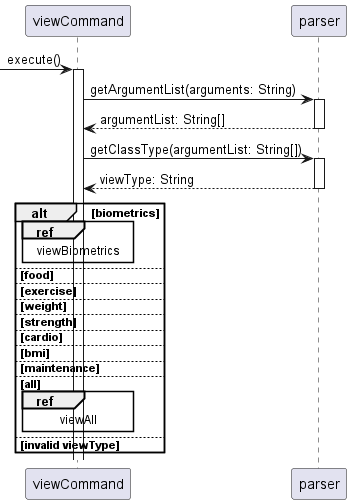
Above: docs/UmlDiagrams/View.png in nus-cs2113-AY2223S1/tp (PlantUML), before the change.
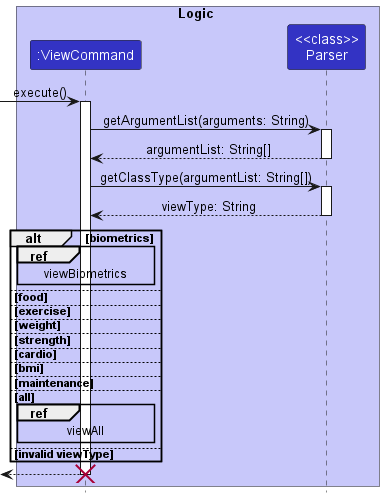
The same file after the commit.

Change to the diagram source:
```diff
@@ -1,7 +1,12 @@
 @startuml
+!include style.puml
 
-autoactivate on
+autoActivate on
 
+box Logic LOGIC_COLOR_T1
+participant ":ViewCommand" as viewCommand LOGIC_COLOR
+participant "<<class>>\nParser" as parser LOGIC_COLOR
+end box
 
 -> viewCommand: execute()
 viewCommand -> parser: getArgumentList(arguments: String)
@@ -31,5 +36,8 @@
 else invalid viewType
 
 end
+return
+
+destroy viewCommand
 
 @enduml
```
